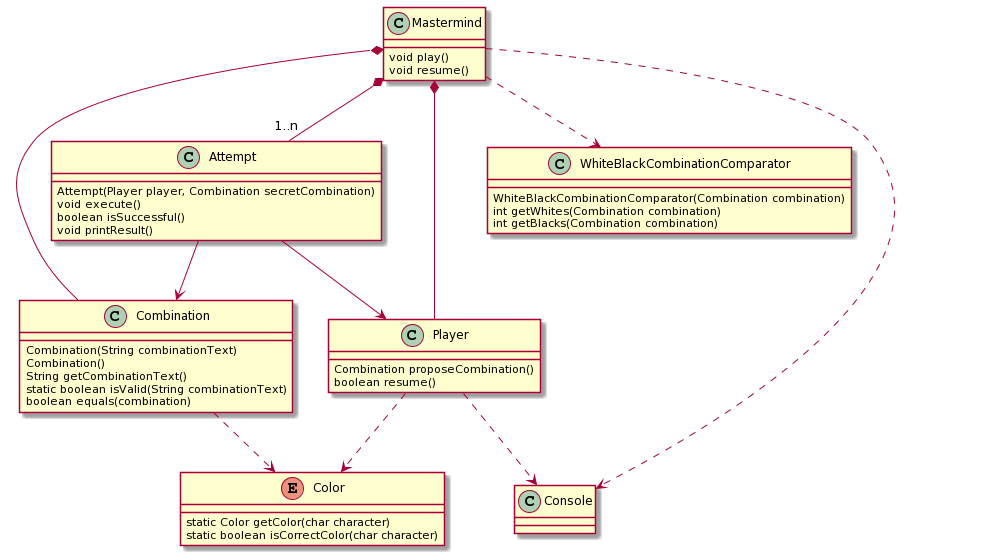
Earlier version of the PlantUML export mastermind.png (Master-Desarrollo-20-21/diseno-oo-ejercicio2-mastermind-document-view-gonzalogmn).
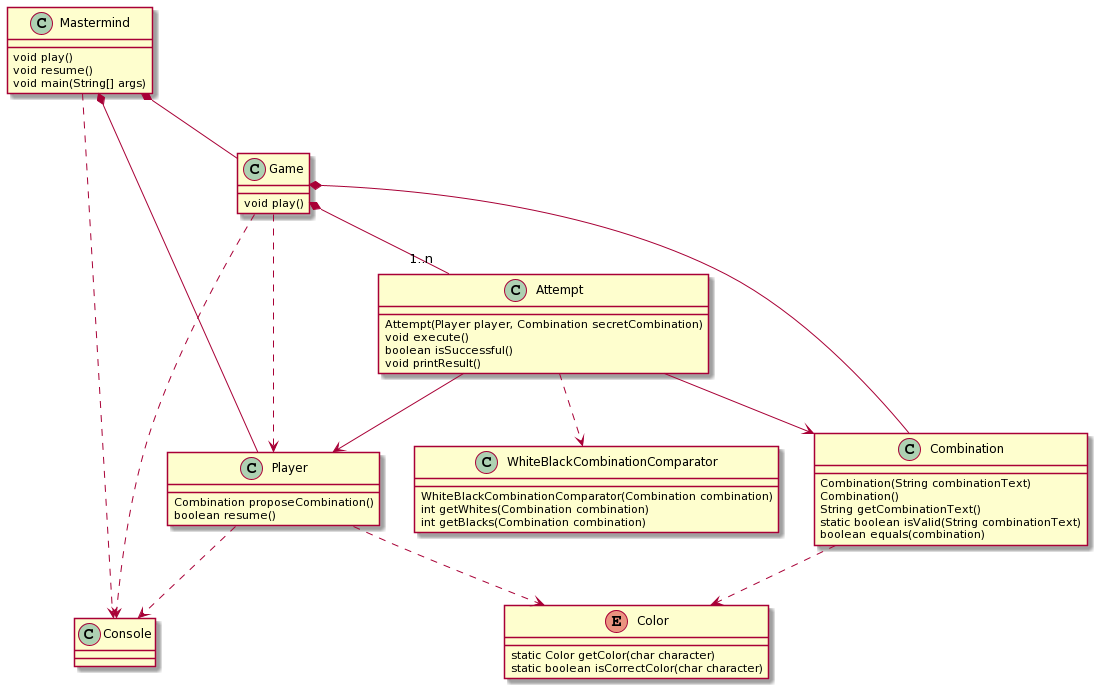
After the commit.

Diff of the diagram source:
```diff
@@ -2,6 +2,11 @@
 class Mastermind {
     void play()
     void resume()
+    void main(String[] args)
+}
+
+class Game {
+    void play()
 }
 
 class Player {
@@ -42,10 +47,14 @@
 
 
 Mastermind *-- Player
-Mastermind *-- "1..n" Attempt
-Mastermind *-- Combination
-Mastermind ..> WhiteBlackCombinationComparator
+Mastermind *-- Game
 
+Game *-- "1..n" Attempt
+Game *-- Combination
+Game ..> Player
+Game ..> Console
+
+Attempt ..> WhiteBlackCombinationComparator
 Attempt --> Player
 Attempt --> Combination
 
```
